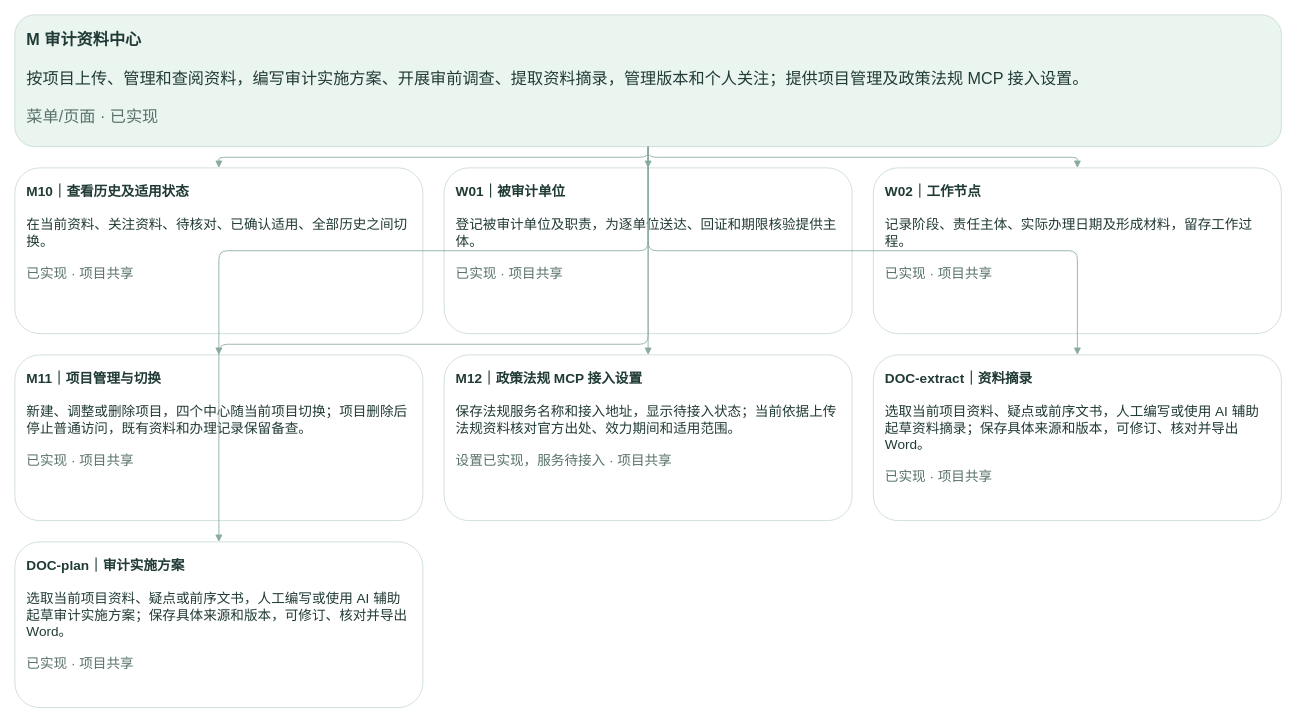
cnLuca0702/openAudit keeps this draw.io diagram as page "M｜审计资料中心（2/2）" (8 of 32) of docs/deliverables/工作台架构-V2/个人审计工作台架构图-V2.drawio. Above is the earlier version. Source tidied: cells renumbered, new cells numbered last; positions are measured from the earlier drawing's top-left corner, leaving out a move shared by most shapes. Both pictures are drawn from the tidied source at 85%, with x=0, y=0 at pixel (14, 14).
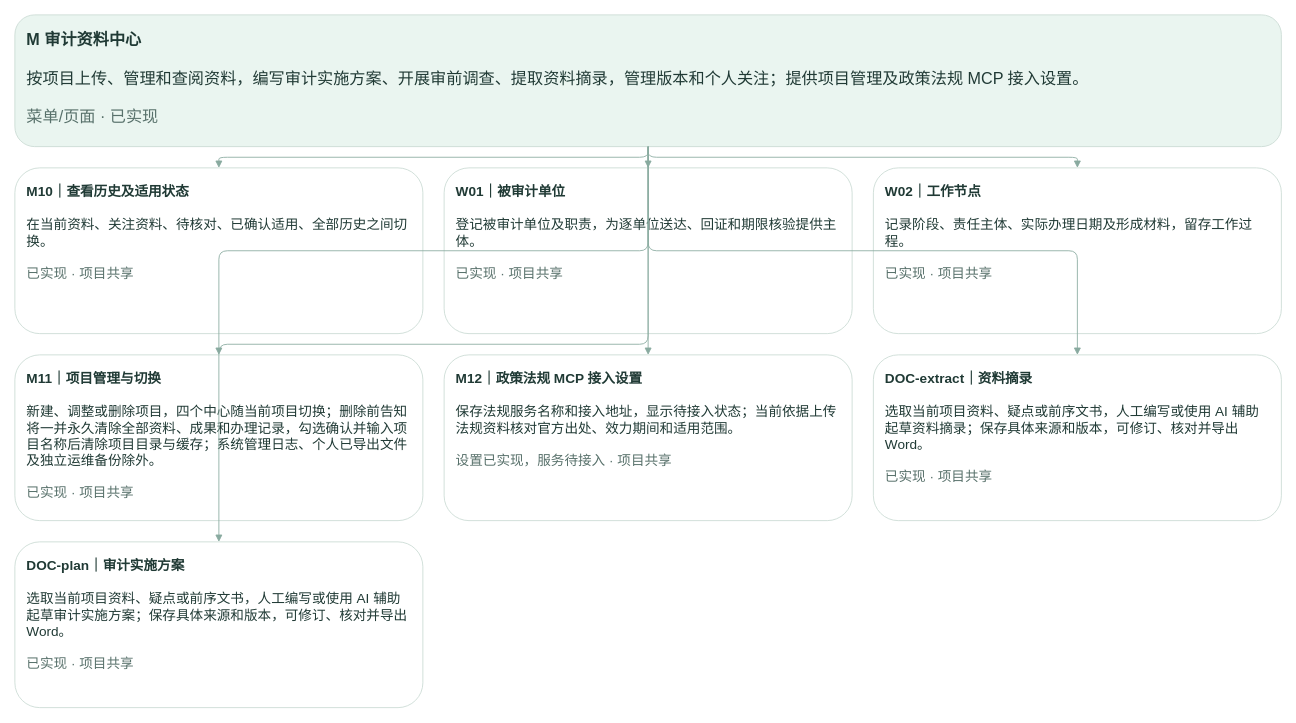
The same page after the edit.

Diff of the diagram source:
```diff
@@
 <mxGraphModel>
   <root>
     <mxCell id="0" />
     <mxCell id="1" parent="0" />
     <mxCell id="2" value="&lt;b&gt;M 审计资料中心&lt;/b&gt;&lt;br&gt;&lt;br&gt;按项目上传、管理和查阅资料，编写审计实施方案、开展审前调查、提取资料摘录，管理版本和个人关注；提供项目管理及政策法规 MCP 接入设置。&lt;br&gt;&lt;br&gt;&lt;font color=&quot;#58716B&quot;&gt;菜单/页面 · 已实现&lt;/font&gt;" style="rounded=1;whiteSpace=wrap;html=1;align=left;verticalAlign=top;spacing=14;fillColor=#EAF5F0;strokeColor=#CADBD4;fontColor=#203A35;fontSize=19;" parent="1" vertex="1">
       <mxGeometry width="1490" height="155" as="geometry" />
     </mxCell>
     <mxCell id="3" value="&lt;b&gt;M10｜查看历史及适用状态&lt;/b&gt;&lt;br&gt;&lt;br&gt;在当前资料、关注资料、待核对、已确认适用、全部历史之间切换。&lt;br&gt;&lt;br&gt;&lt;font color=&quot;#58716B&quot;&gt;已实现 · 项目共享&lt;/font&gt;" style="rounded=1;whiteSpace=wrap;html=1;align=left;verticalAlign=top;spacing=14;fillColor=#FFFFFF;strokeColor=#CADBD4;fontColor=#203A35;fontSize=16;" parent="1" vertex="1">
       <mxGeometry y="180" width="480" height="195" as="geometry" />
     </mxCell>
     <mxCell id="4" style="edgeStyle=orthogonalEdgeStyle;rounded=1;html=1;strokeColor=#89AAA0;fontSize=13;endArrow=block;" parent="1" edge="1" source="2" target="3">
       <mxGeometry relative="1" as="geometry" />
     </mxCell>
     <mxCell id="5" value="&lt;b&gt;W01｜被审计单位&lt;/b&gt;&lt;br&gt;&lt;br&gt;登记被审计单位及职责，为逐单位送达、回证和期限核验提供主体。&lt;br&gt;&lt;br&gt;&lt;font color=&quot;#58716B&quot;&gt;已实现 · 项目共享&lt;/font&gt;" style="rounded=1;whiteSpace=wrap;html=1;align=left;verticalAlign=top;spacing=14;fillColor=#FFFFFF;strokeColor=#CADBD4;fontColor=#203A35;fontSize=16;" parent="1" vertex="1">
       <mxGeometry x="505" y="180" width="480" height="195" as="geometry" />
     </mxCell>
     <mxCell id="6" style="edgeStyle=orthogonalEdgeStyle;rounded=1;html=1;strokeColor=#89AAA0;fontSize=13;endArrow=block;" parent="1" edge="1" source="2" target="5">
       <mxGeometry relative="1" as="geometry" />
     </mxCell>
     <mxCell id="7" value="&lt;b&gt;W02｜工作节点&lt;/b&gt;&lt;br&gt;&lt;br&gt;记录阶段、责任主体、实际办理日期及形成材料，留存工作过程。&lt;br&gt;&lt;br&gt;&lt;font color=&quot;#58716B&quot;&gt;已实现 · 项目共享&lt;/font&gt;" style="rounded=1;whiteSpace=wrap;html=1;align=left;verticalAlign=top;spacing=14;fillColor=#FFFFFF;strokeColor=#CADBD4;fontColor=#203A35;fontSize=16;" parent="1" vertex="1">
       <mxGeometry x="1010" y="180" width="480" height="195" as="geometry" />
     </mxCell>
     <mxCell id="8" style="edgeStyle=orthogonalEdgeStyle;rounded=1;html=1;strokeColor=#89AAA0;fontSize=13;endArrow=block;" parent="1" edge="1" source="2" target="7">
       <mxGeometry relative="1" as="geometry" />
     </mxCell>
-    <mxCell id="9" value="&lt;b&gt;M11｜项目管理与切换&lt;/b&gt;&lt;br&gt;&lt;br&gt;新建、调整或删除项目，四个中心随当前项目切换；项目删除后停止普通访问，既有资料和办理记录保留备查。&lt;br&gt;&lt;br&gt;&lt;font color=&quot;#58716B&quot;&gt;已实现 · 项目共享&lt;/font&gt;" style="rounded=1;whiteSpace=wrap;html=1;align=left;verticalAlign=top;spacing=14;fillColor=#FFFFFF;strokeColor=#CADBD4;fontColor=#203A35;fontSize=16;" parent="1" vertex="1">
+    <mxCell id="9" value="&lt;b&gt;M11｜项目管理与切换&lt;/b&gt;&lt;br&gt;&lt;br&gt;新建、调整或删除项目，四个中心随当前项目切换；删除前告知将一并永久清除全部资料、成果和办理记录，勾选确认并输入项目名称后清除项目目录与缓存；系统管理日志、个人已导出文件及独立运维备份除外。&lt;br&gt;&lt;br&gt;&lt;font color=&quot;#58716B&quot;&gt;已实现 · 项目共享&lt;/font&gt;" style="rounded=1;whiteSpace=wrap;html=1;align=left;verticalAlign=top;spacing=14;fillColor=#FFFFFF;strokeColor=#CADBD4;fontColor=#203A35;fontSize=16;" parent="1" vertex="1">
       <mxGeometry y="400" width="480" height="195" as="geometry" />
     </mxCell>
     <mxCell id="10" style="edgeStyle=orthogonalEdgeStyle;rounded=1;html=1;strokeColor=#89AAA0;fontSize=13;endArrow=block;" parent="1" edge="1" source="2" target="9">
       <mxGeometry relative="1" as="geometry" />
     </mxCell>
     <mxCell id="11" value="&lt;b&gt;M12｜政策法规 MCP 接入设置&lt;/b&gt;&lt;br&gt;&lt;br&gt;保存法规服务名称和接入地址，显示待接入状态；当前依据上传法规资料核对官方出处、效力期间和适用范围。&lt;br&gt;&lt;br&gt;&lt;font color=&quot;#58716B&quot;&gt;设置已实现，服务待接入 · 项目共享&lt;/font&gt;" style="rounded=1;whiteSpace=wrap;html=1;align=left;verticalAlign=top;spacing=14;fillColor=#FFFFFF;strokeColor=#CADBD4;fontColor=#203A35;fontSize=16;" parent="1" vertex="1">
       <mxGeometry x="505" y="400" width="480" height="195" as="geometry" />
     </mxCell>
     <mxCell id="12" style="edgeStyle=orthogonalEdgeStyle;rounded=1;html=1;strokeColor=#89AAA0;fontSize=13;endArrow=block;" parent="1" edge="1" source="2" target="11">
       <mxGeometry relative="1" as="geometry" />
     </mxCell>
     <mxCell id="13" value="&lt;b&gt;DOC-extract｜资料摘录&lt;/b&gt;&lt;br&gt;&lt;br&gt;选取当前项目资料、疑点或前序文书，人工编写或使用 AI 辅助起草资料摘录；保存具体来源和版本，可修订、核对并导出 Word。&lt;br&gt;&lt;br&gt;&lt;font color=&quot;#58716B&quot;&gt;已实现 · 项目共享&lt;/font&gt;" style="rounded=1;whiteSpace=wrap;html=1;align=left;verticalAlign=top;spacing=14;fillColor=#FFFFFF;strokeColor=#CADBD4;fontColor=#203A35;fontSize=16;" parent="1" vertex="1">
       <mxGeometry x="1010" y="400" width="480" height="195" as="geometry" />
     </mxCell>
     <mxCell id="14" style="edgeStyle=orthogonalEdgeStyle;rounded=1;html=1;strokeColor=#89AAA0;fontSize=13;endArrow=block;" parent="1" edge="1" source="2" target="13">
       <mxGeometry relative="1" as="geometry" />
     </mxCell>
     <mxCell id="15" value="&lt;b&gt;DOC-plan｜审计实施方案&lt;/b&gt;&lt;br&gt;&lt;br&gt;选取当前项目资料、疑点或前序文书，人工编写或使用 AI 辅助起草审计实施方案；保存具体来源和版本，可修订、核对并导出 Word。&lt;br&gt;&lt;br&gt;&lt;font color=&quot;#58716B&quot;&gt;已实现 · 项目共享&lt;/font&gt;" style="rounded=1;whiteSpace=wrap;html=1;align=left;verticalAlign=top;spacing=14;fillColor=#FFFFFF;strokeColor=#CADBD4;fontColor=#203A35;fontSize=16;" parent="1" vertex="1">
       <mxGeometry y="620" width="480" height="195" as="geometry" />
     </mxCell>
     <mxCell id="16" style="edgeStyle=orthogonalEdgeStyle;rounded=1;html=1;strokeColor=#89AAA0;fontSize=13;endArrow=block;" parent="1" edge="1" source="2" target="15">
       <mxGeometry relative="1" as="geometry" />
     </mxCell>
   </root>
 </mxGraphModel>
```
